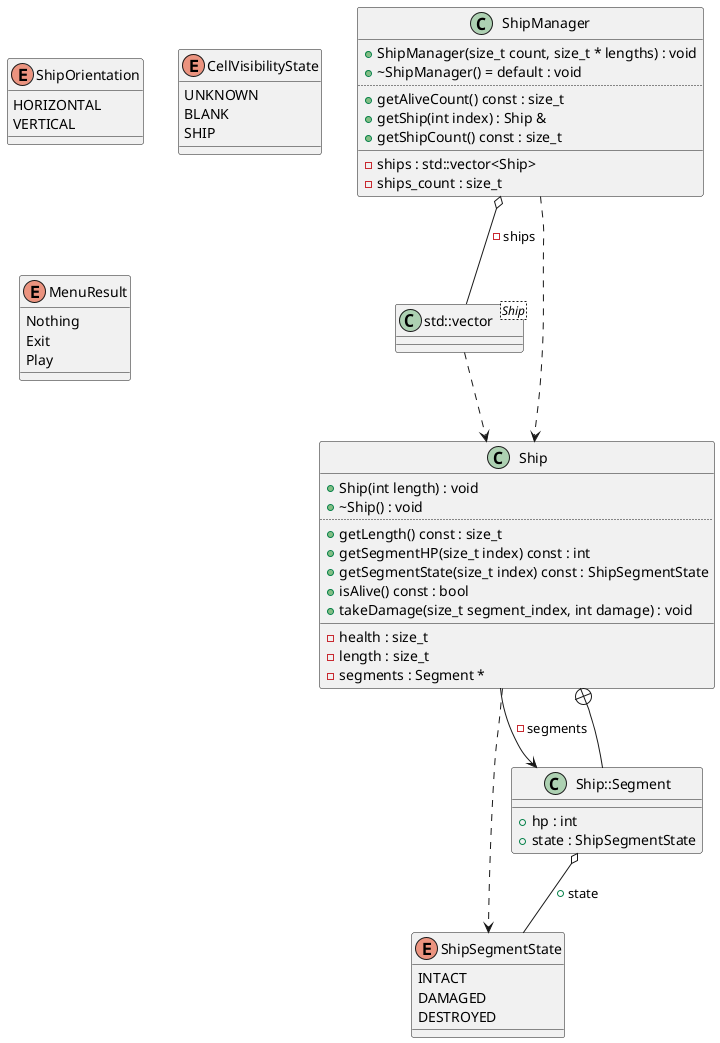
Earlier version of the PlantUML export diagrams/ShipManager.png (Rennelv/ships).
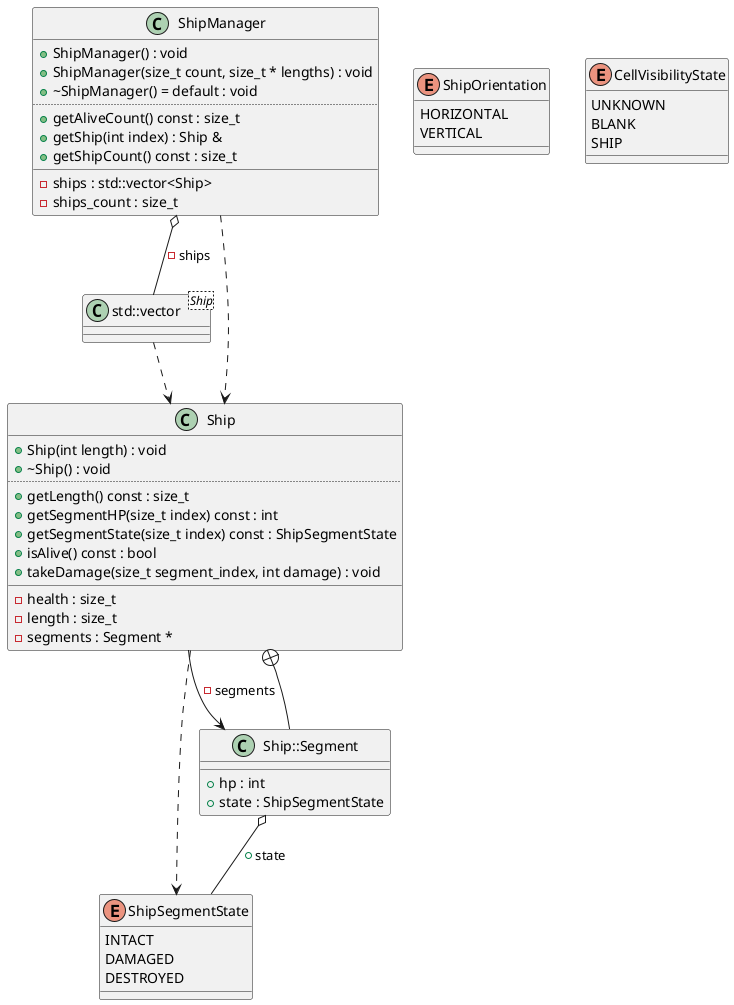
Later version of the same file.

The edit, as a diff of the source:
```diff
@@ -19,12 +19,6 @@
 UNKNOWN
 BLANK
 SHIP
-}
-enum "MenuResult" as C_0000336692914646176741
-enum C_0000336692914646176741 {
-Nothing
-Exit
-Play
 }
 class "Ship" as C_0014529657433315016423
 class C_0014529657433315016423 {
@@ -49,6 +43,7 @@
 }
 class "ShipManager" as C_0017499122254539489506
 class C_0017499122254539489506 {
++ShipManager() : void
 +ShipManager(size_t count, size_t * lengths) : void
 +~ShipManager() = default : void
 ..
```
